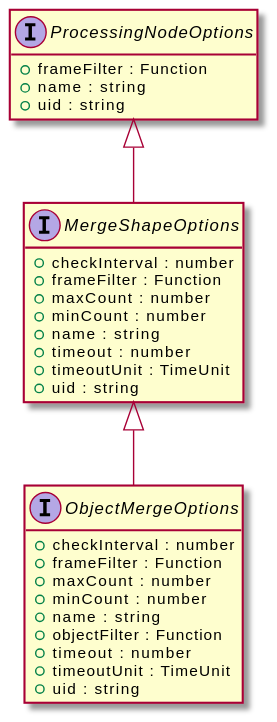
OpenHPS/openhps-core keeps this PlantUML diagram as assets/MergeShapeOptions-umlClassDiagram-11798.svg. Above is the earlier version.
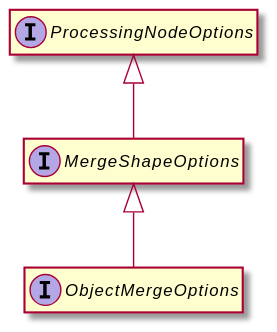
After the change.

Diff of the diagram source:
```diff
@@ -3,31 +3,11 @@
 hide empty methods
 hide empty fields
 interface "MergeShapeOptions" {
-    +checkInterval : number
-    +frameFilter : Function
-    +maxCount : number
-    +minCount : number
-    +name : string
-    +timeout : number
-    +timeoutUnit : TimeUnit
-    +uid : string
 }
 interface "ProcessingNodeOptions" {
-    +frameFilter : Function
-    +name : string
-    +uid : string
 }
 "ProcessingNodeOptions" <|-- "MergeShapeOptions"
 interface "ObjectMergeOptions" {
-    +checkInterval : number
-    +frameFilter : Function
-    +maxCount : number
-    +minCount : number
-    +name : string
-    +objectFilter : Function
-    +timeout : number
-    +timeoutUnit : TimeUnit
-    +uid : string
 }
 "MergeShapeOptions" <|-- "ObjectMergeOptions"
 @enduml
```
